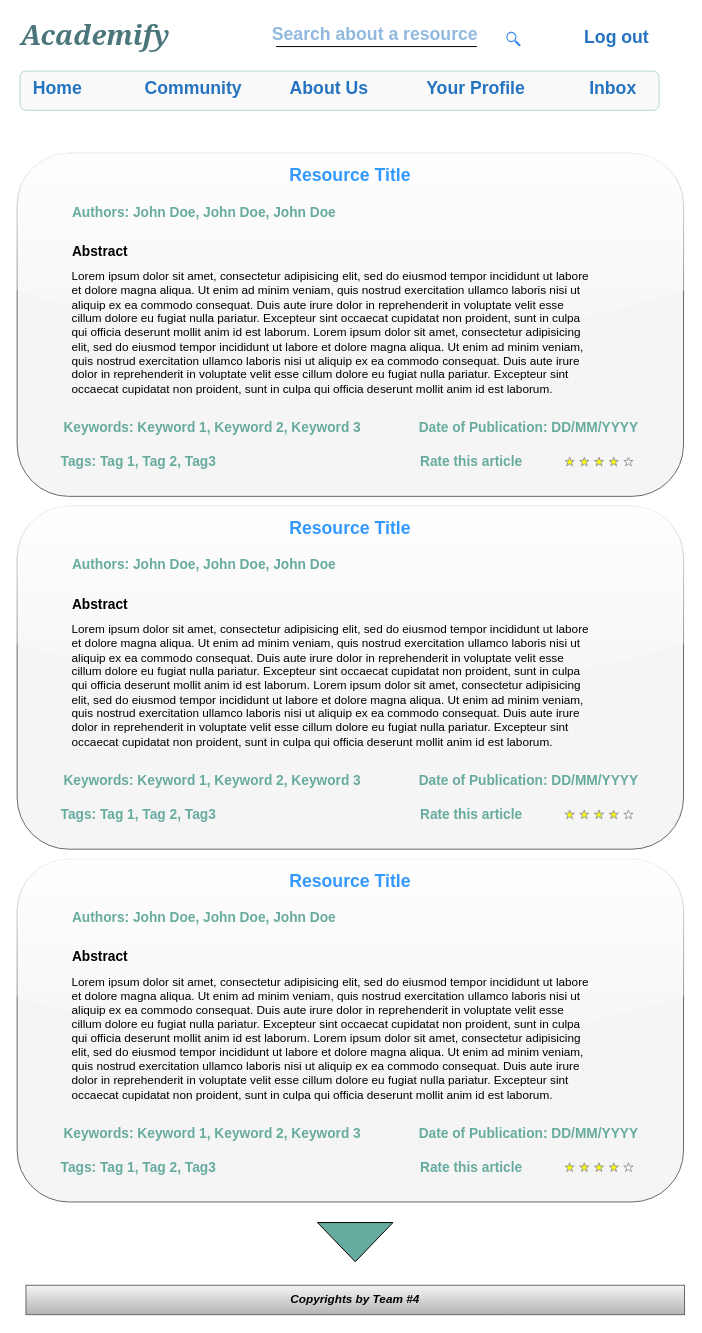
muhammed-ayman/ScholarStack keeps this draw.io diagram as Project Design/Wireframes/Home Page.drawio. Above is the earlier version. Source tidied: cells renumbered, new cells numbered last; positions are measured from the earlier drawing's top-left corner, leaving out a move shared by most shapes. Both pictures are drawn from the tidied source at 98%, with x=0, y=0 at pixel (17, 18).
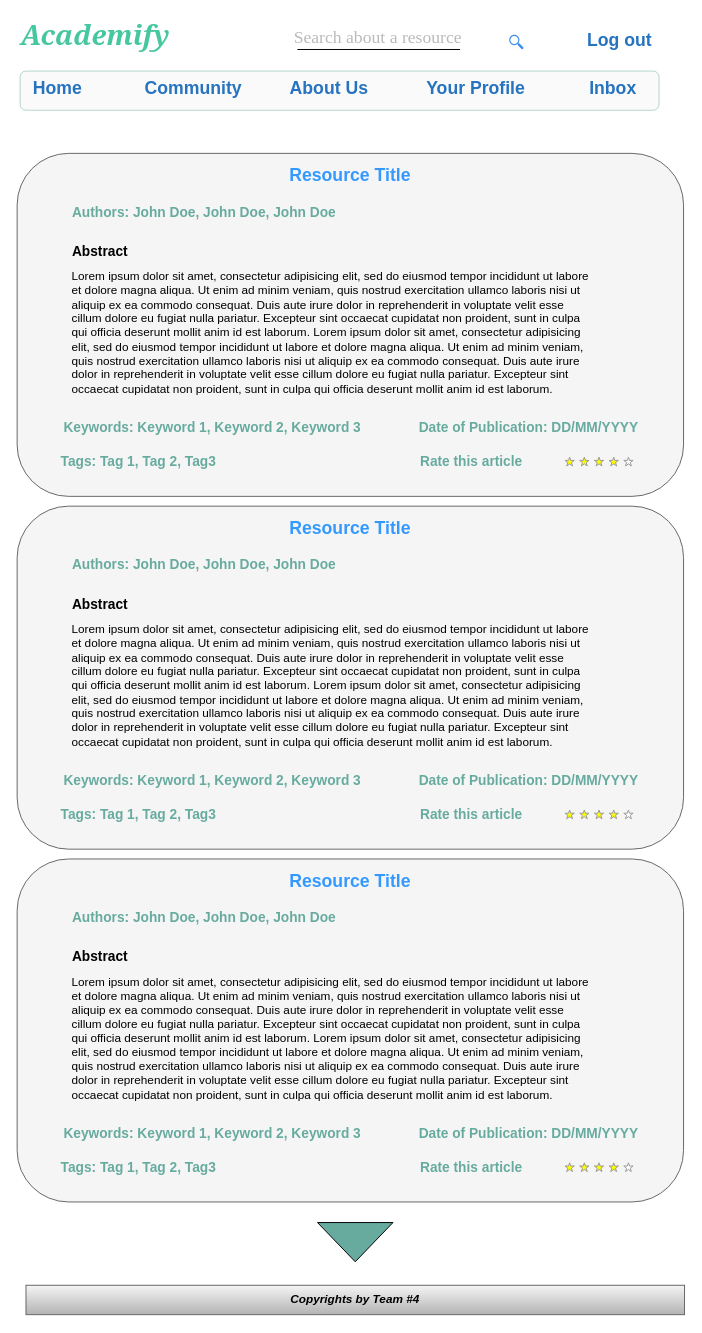
The same page after the edit.

The edit, as a diff of the source:
```diff
@@
-    <mxCell id="3" style="rounded=1;labelBackgroundColor=none;labelBorderColor=none;noLabel=1;whiteSpace=wrap;html=1;glass=1;fillColor=#f5f5f5;strokeColor=#666666;fontColor=#333333;" parent="1" vertex="1">
+    <mxCell id="3" style="rounded=1;labelBackgroundColor=none;labelBorderColor=none;noLabel=1;whiteSpace=wrap;html=1;glass=0;fillColor=#f5f5f5;strokeColor=#666666;fontColor=#333333;" parent="1" vertex="1">
       <mxGeometry y="138" width="680" height="350" as="geometry" />
     </mxCell>
-    <mxCell id="4" value="Academify" style="text;spacingTop=-5;fontSize=28;fontStyle=3;align=center;horizontal=1;verticalAlign=middle;fontFamily=Georgia;fontColor=#49757B;" parent="1" vertex="1">
+    <mxCell id="4" value="Academify" style="text;spacingTop=-5;fontSize=28;fontStyle=3;align=center;horizontal=1;verticalAlign=middle;fontFamily=Georgia;fontColor=#46C7A0;" parent="1" vertex="1">
       <mxGeometry y="0.2" width="160" height="35" as="geometry" />
     </mxCell>
@@
     <mxCell id="9" value="Log out" style="text;spacingTop=-5;align=center;fontStyle=1;fontSize=18;fontColor=#2673BF;" parent="1" vertex="1">
-      <mxGeometry x="572" y="6.5" width="80" height="30" as="geometry" />
+      <mxGeometry x="575" y="9.5" width="80" height="30" as="geometry" />
     </mxCell>
@@
-    <mxCell id="13" value="Search about a resource" style="text;spacingTop=-5;align=center;fontStyle=1;fontSize=18;fontColor=#2673BF;textOpacity=50;" parent="1" vertex="1">
-      <mxGeometry x="239.1" y="4" width="252.5" height="27.5" as="geometry" />
+    <mxCell id="13" value="Search about a resource" style="text;spacingTop=-5;align=center;fontStyle=0;fontSize=18;fontColor=#B3B3B3;textOpacity=90;fontFamily=Times New Roman;" parent="1" vertex="1">
+      <mxGeometry x="242.1" y="7" width="252.5" height="27.5" as="geometry" />
     </mxCell>
@@
-    <mxCell id="17" style="line;strokeWidth=1;" parent="1" vertex="1">
-      <mxGeometry x="264.1" y="24" width="205" height="10" as="geometry" />
+    <mxCell id="17" style="line;strokeWidth=1;fontStyle=1;" parent="1" vertex="1">
+      <mxGeometry x="286" y="27" width="166" height="10" as="geometry" />
     </mxCell>
     <mxCell id="18" style="sketch=0;html=1;strokeColor=none;shadow=0;fillColor=#3B8DF1;verticalAlign=top;labelPosition=center;verticalLabelPosition=bottom;shape=mxgraph.gcp2.search;" parent="1" vertex="1">
-      <mxGeometry x="499.1" y="14" width="14.8" height="15" as="geometry" />
+      <mxGeometry x="502.1" y="17" width="14.8" height="15" as="geometry" />
     </mxCell>
@@
-    <mxCell id="23" style="rounded=1;labelBackgroundColor=#660033;labelBorderColor=#FFFF00;noLabel=1;whiteSpace=wrap;html=1;shadow=0;glass=1;fillColor=#f5f5f5;strokeColor=#666666;fontColor=#333333;" parent="1" vertex="1">
+    <mxCell id="23" style="rounded=1;labelBackgroundColor=#660033;labelBorderColor=#FFFF00;noLabel=1;whiteSpace=wrap;html=1;shadow=0;glass=0;fillColor=#f5f5f5;strokeColor=#666666;fontColor=#333333;" parent="1" vertex="1">
       <mxGeometry y="498" width="680" height="350" as="geometry" />
     </mxCell>
@@
-    <mxCell id="34" style="rounded=1;labelBackgroundColor=#660033;labelBorderColor=#FFFF00;noLabel=1;whiteSpace=wrap;html=1;glass=1;fillColor=#f5f5f5;strokeColor=#666666;fontColor=#333333;" parent="1" vertex="1">
+    <mxCell id="34" style="rounded=1;labelBackgroundColor=#660033;labelBorderColor=#FFFF00;noLabel=1;whiteSpace=wrap;html=1;glass=0;fillColor=#f5f5f5;strokeColor=#666666;fontColor=#333333;" parent="1" vertex="1">
       <mxGeometry y="858" width="680" height="350" as="geometry" />
     </mxCell>
```
